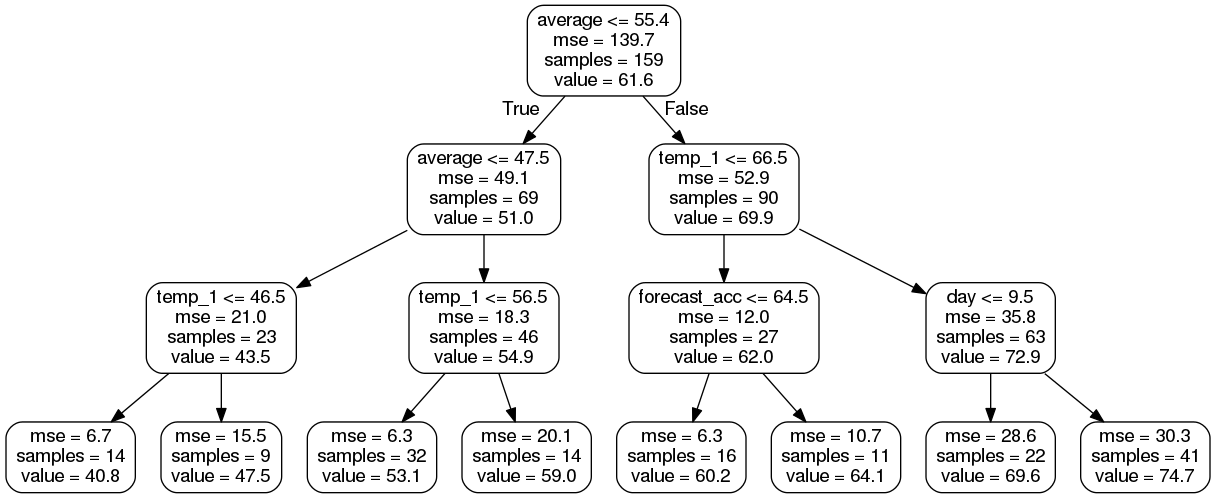
kisomo/Boosting keeps this Graphviz diagram as small_tree.png. Above is the earlier version. Its source is kept beside it as small_tree.dot.
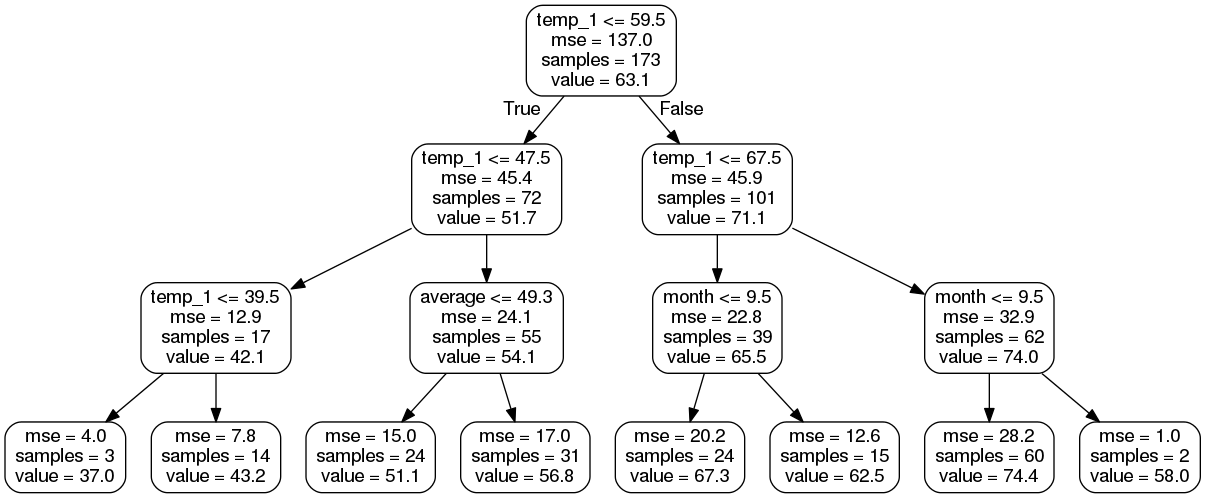
The same file after the commit.

Diff of the diagram source:
```diff
@@ -1,33 +1,33 @@
 digraph Tree {
 node [shape=box, style="rounded", color="black", fontname=helvetica] ;
 edge [fontname=helvetica] ;
-0 [label="average <= 55.4\nmse = 139.7\nsamples = 159\nvalue = 61.6"] ;
-1 [label="average <= 47.5\nmse = 49.1\nsamples = 69\nvalue = 51.0"] ;
+0 [label="temp_1 <= 59.5\nmse = 137.0\nsamples = 173\nvalue = 63.1"] ;
+1 [label="temp_1 <= 47.5\nmse = 45.4\nsamples = 72\nvalue = 51.7"] ;
 0 -> 1 [labeldistance=2.5, labelangle=45, headlabel="True"] ;
-2 [label="temp_1 <= 46.5\nmse = 21.0\nsamples = 23\nvalue = 43.5"] ;
+2 [label="temp_1 <= 39.5\nmse = 12.9\nsamples = 17\nvalue = 42.1"] ;
 1 -> 2 ;
-3 [label="mse = 6.7\nsamples = 14\nvalue = 40.8"] ;
+3 [label="mse = 4.0\nsamples = 3\nvalue = 37.0"] ;
 2 -> 3 ;
-4 [label="mse = 15.5\nsamples = 9\nvalue = 47.5"] ;
+4 [label="mse = 7.8\nsamples = 14\nvalue = 43.2"] ;
 2 -> 4 ;
-5 [label="temp_1 <= 56.5\nmse = 18.3\nsamples = 46\nvalue = 54.9"] ;
+5 [label="average <= 49.3\nmse = 24.1\nsamples = 55\nvalue = 54.1"] ;
 1 -> 5 ;
-6 [label="mse = 6.3\nsamples = 32\nvalue = 53.1"] ;
+6 [label="mse = 15.0\nsamples = 24\nvalue = 51.1"] ;
 5 -> 6 ;
-7 [label="mse = 20.1\nsamples = 14\nvalue = 59.0"] ;
+7 [label="mse = 17.0\nsamples = 31\nvalue = 56.8"] ;
 5 -> 7 ;
-8 [label="temp_1 <= 66.5\nmse = 52.9\nsamples = 90\nvalue = 69.9"] ;
+8 [label="temp_1 <= 67.5\nmse = 45.9\nsamples = 101\nvalue = 71.1"] ;
 0 -> 8 [labeldistance=2.5, labelangle=-45, headlabel="False"] ;
-9 [label="forecast_acc <= 64.5\nmse = 12.0\nsamples = 27\nvalue = 62.0"] ;
+9 [label="month <= 9.5\nmse = 22.8\nsamples = 39\nvalue = 65.5"] ;
 8 -> 9 ;
-10 [label="mse = 6.3\nsamples = 16\nvalue = 60.2"] ;
+10 [label="mse = 20.2\nsamples = 24\nvalue = 67.3"] ;
 9 -> 10 ;
-11 [label="mse = 10.7\nsamples = 11\nvalue = 64.1"] ;
+11 [label="mse = 12.6\nsamples = 15\nvalue = 62.5"] ;
 9 -> 11 ;
-12 [label="day <= 9.5\nmse = 35.8\nsamples = 63\nvalue = 72.9"] ;
+12 [label="month <= 9.5\nmse = 32.9\nsamples = 62\nvalue = 74.0"] ;
 8 -> 12 ;
-13 [label="mse = 28.6\nsamples = 22\nvalue = 69.6"] ;
+13 [label="mse = 28.2\nsamples = 60\nvalue = 74.4"] ;
 12 -> 13 ;
-14 [label="mse = 30.3\nsamples = 41\nvalue = 74.7"] ;
+14 [label="mse = 1.0\nsamples = 2\nvalue = 58.0"] ;
 12 -> 14 ;
 }
```
